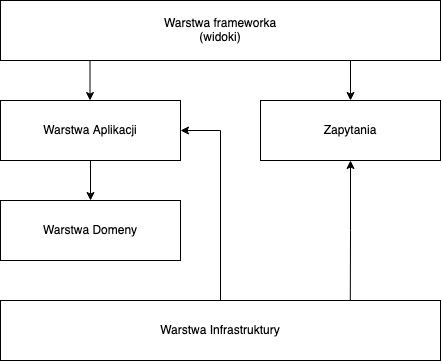
Above: diagrams/6_1_separate_stacks.drawio.png in Enforcer/implementing-the-clean-architecture (draw.io), before the change. Source tidied: cells renumbered, new cells last; positions are measured from the earlier drawing's top-left corner, leaving out a move shared by most shapes. Source of this version:
```xml
<mxGraphModel>
  <root>
    <mxCell id="0" />
    <mxCell id="1" parent="0" />
    <mxCell id="2" value="&lt;div&gt;Warstwa frameworka&lt;/div&gt;&lt;div&gt;(widoki)&lt;/div&gt;" style="rounded=0;whiteSpace=wrap;html=1;shadow=0;comic=0;strokeWidth=1;fillColor=#ffffff;fontSize=12;align=center;strokeColor=#000000;" parent="1" vertex="1">
      <mxGeometry width="440" height="60" as="geometry" />
    </mxCell>
    <mxCell id="3" style="edgeStyle=orthogonalEdgeStyle;rounded=0;html=1;exitX=0.5;exitY=1;entryX=0.5;entryY=0;endArrow=classic;endFill=1;endSize=6;jettySize=auto;strokeWidth=1;fontSize=12;" parent="1" edge="1" source="4" target="5">
      <mxGeometry relative="1" as="geometry" />
    </mxCell>
    <mxCell id="4" value="Warstwa Aplikacji" style="rounded=0;whiteSpace=wrap;html=1;shadow=0;comic=0;strokeWidth=1;fillColor=#ffffff;fontSize=12;align=center;strokeColor=#000000;" parent="1" vertex="1">
      <mxGeometry y="100" width="180" height="60" as="geometry" />
    </mxCell>
    <mxCell id="5" value="Warstwa Domeny" style="rounded=0;whiteSpace=wrap;html=1;shadow=0;comic=0;strokeWidth=1;fillColor=#ffffff;fontSize=12;align=center;strokeColor=#000000;" parent="1" vertex="1">
      <mxGeometry y="200" width="180" height="60" as="geometry" />
    </mxCell>
    <mxCell id="6" style="edgeStyle=orthogonalEdgeStyle;rounded=0;jettySize=auto;html=1;exitX=0.5;exitY=0;exitDx=0;exitDy=0;entryX=1;entryY=0.5;entryDx=0;entryDy=0;fontFamily=Courier New;fontSize=11;endArrow=classic;endFill=1;" parent="1" edge="1" source="7" target="4">
      <mxGeometry relative="1" as="geometry" />
    </mxCell>
    <mxCell id="7" value="Warstwa Infrastruktury" style="rounded=0;whiteSpace=wrap;html=1;shadow=0;comic=0;strokeWidth=1;fillColor=#ffffff;fontSize=12;align=center;strokeColor=#000000;" parent="1" vertex="1">
      <mxGeometry y="300" width="440" height="60" as="geometry" />
    </mxCell>
    <mxCell id="8" style="edgeStyle=orthogonalEdgeStyle;rounded=0;html=1;exitX=0.5;exitY=1;entryX=0.5;entryY=0;endArrow=classic;endFill=1;endSize=6;jettySize=auto;strokeWidth=1;fontSize=12;" parent="1" edge="1" target="10">
      <mxGeometry relative="1" as="geometry">
        <mxPoint x="350" y="60" as="sourcePoint" />
      </mxGeometry>
    </mxCell>
    <mxCell id="9" style="edgeStyle=orthogonalEdgeStyle;rounded=0;jettySize=auto;html=1;exitX=0.5;exitY=1;exitDx=0;exitDy=0;entryX=0.795;entryY=0.005;entryDx=0;entryDy=0;entryPerimeter=0;fontFamily=Courier New;fontSize=11;endArrow=none;endFill=0;startArrow=classic;startFill=1;" parent="1" edge="1" source="10" target="7">
      <mxGeometry relative="1" as="geometry" />
    </mxCell>
    <mxCell id="10" value="Zapytania" style="rounded=0;whiteSpace=wrap;html=1;shadow=0;comic=0;strokeWidth=1;fillColor=#ffffff;fontSize=12;align=center;strokeColor=#000000;" parent="1" vertex="1">
      <mxGeometry x="260" y="100" width="180" height="60" as="geometry" />
    </mxCell>
    <mxCell id="11" style="edgeStyle=orthogonalEdgeStyle;rounded=0;html=1;exitX=0.5;exitY=1;entryX=0.5;entryY=0;endArrow=classic;endFill=1;endSize=6;jettySize=auto;orthogonalLoop=1;strokeWidth=1;fontSize=12;" parent="1" edge="1">
      <mxGeometry relative="1" as="geometry">
        <mxPoint x="89.5" y="60" as="sourcePoint" />
        <mxPoint x="89.5" y="100" as="targetPoint" />
      </mxGeometry>
    </mxCell>
  </root>
</mxGraphModel>
```
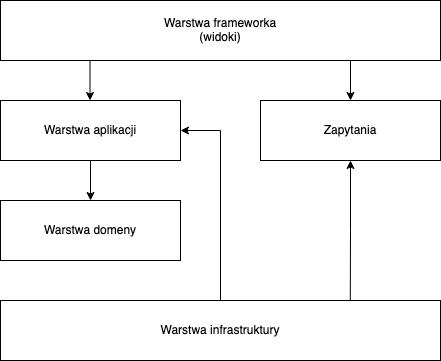
The same diagram one commit later.

The edit, as a diff of the source:
```diff
@@ -8,16 +8,16 @@
     <mxCell id="3" style="edgeStyle=orthogonalEdgeStyle;rounded=0;html=1;exitX=0.5;exitY=1;entryX=0.5;entryY=0;endArrow=classic;endFill=1;endSize=6;jettySize=auto;strokeWidth=1;fontSize=12;" parent="1" edge="1" source="4" target="5">
       <mxGeometry relative="1" as="geometry" />
     </mxCell>
-    <mxCell id="4" value="Warstwa Aplikacji" style="rounded=0;whiteSpace=wrap;html=1;shadow=0;comic=0;strokeWidth=1;fillColor=#ffffff;fontSize=12;align=center;strokeColor=#000000;" parent="1" vertex="1">
+    <mxCell id="4" value="Warstwa aplikacji" style="rounded=0;whiteSpace=wrap;html=1;shadow=0;comic=0;strokeWidth=1;fillColor=#ffffff;fontSize=12;align=center;strokeColor=#000000;" parent="1" vertex="1">
       <mxGeometry y="100" width="180" height="60" as="geometry" />
     </mxCell>
-    <mxCell id="5" value="Warstwa Domeny" style="rounded=0;whiteSpace=wrap;html=1;shadow=0;comic=0;strokeWidth=1;fillColor=#ffffff;fontSize=12;align=center;strokeColor=#000000;" parent="1" vertex="1">
+    <mxCell id="5" value="Warstwa domeny" style="rounded=0;whiteSpace=wrap;html=1;shadow=0;comic=0;strokeWidth=1;fillColor=#ffffff;fontSize=12;align=center;strokeColor=#000000;" parent="1" vertex="1">
       <mxGeometry y="200" width="180" height="60" as="geometry" />
     </mxCell>
     <mxCell id="6" style="edgeStyle=orthogonalEdgeStyle;rounded=0;jettySize=auto;html=1;exitX=0.5;exitY=0;exitDx=0;exitDy=0;entryX=1;entryY=0.5;entryDx=0;entryDy=0;fontFamily=Courier New;fontSize=11;endArrow=classic;endFill=1;" parent="1" edge="1" source="7" target="4">
       <mxGeometry relative="1" as="geometry" />
     </mxCell>
-    <mxCell id="7" value="Warstwa Infrastruktury" style="rounded=0;whiteSpace=wrap;html=1;shadow=0;comic=0;strokeWidth=1;fillColor=#ffffff;fontSize=12;align=center;strokeColor=#000000;" parent="1" vertex="1">
+    <mxCell id="7" value="Warstwa infrastruktury" style="rounded=0;whiteSpace=wrap;html=1;shadow=0;comic=0;strokeWidth=1;fillColor=#ffffff;fontSize=12;align=center;strokeColor=#000000;" parent="1" vertex="1">
       <mxGeometry y="300" width="440" height="60" as="geometry" />
     </mxCell>
     <mxCell id="8" style="edgeStyle=orthogonalEdgeStyle;rounded=0;html=1;exitX=0.5;exitY=1;entryX=0.5;entryY=0;endArrow=classic;endFill=1;endSize=6;jettySize=auto;strokeWidth=1;fontSize=12;" parent="1" edge="1" target="10">
```
